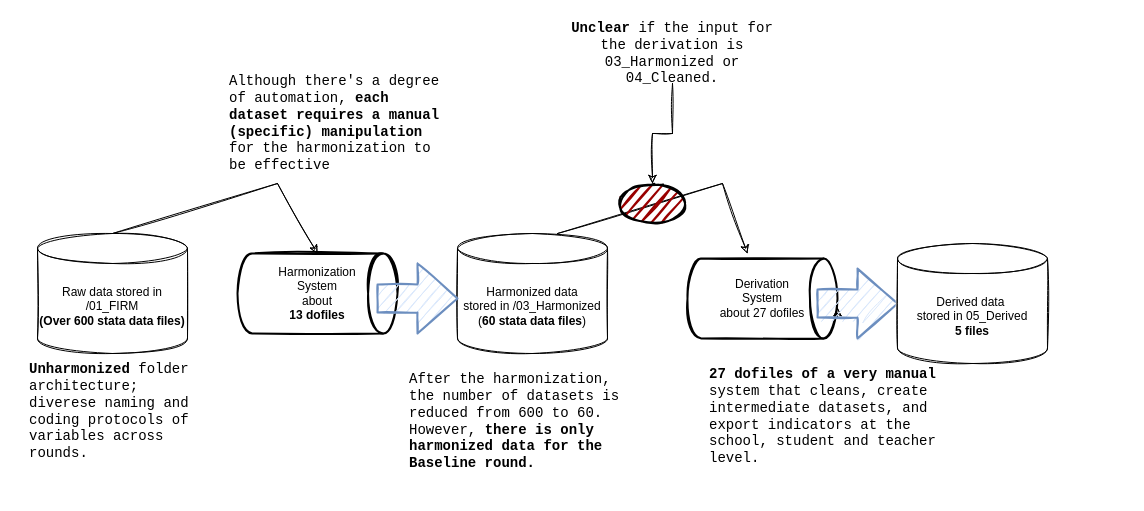
araupontones/MLS_concept keeps this draw.io diagram as report/Untitled Diagram.drawio. Above is the earlier version. Source tidied: cells renumbered, new cells numbered last; positions are measured from the earlier drawing's top-left corner, leaving out a move shared by most shapes. Both pictures are drawn from the tidied source at 100%, with x=0, y=0 at pixel (27, 23).
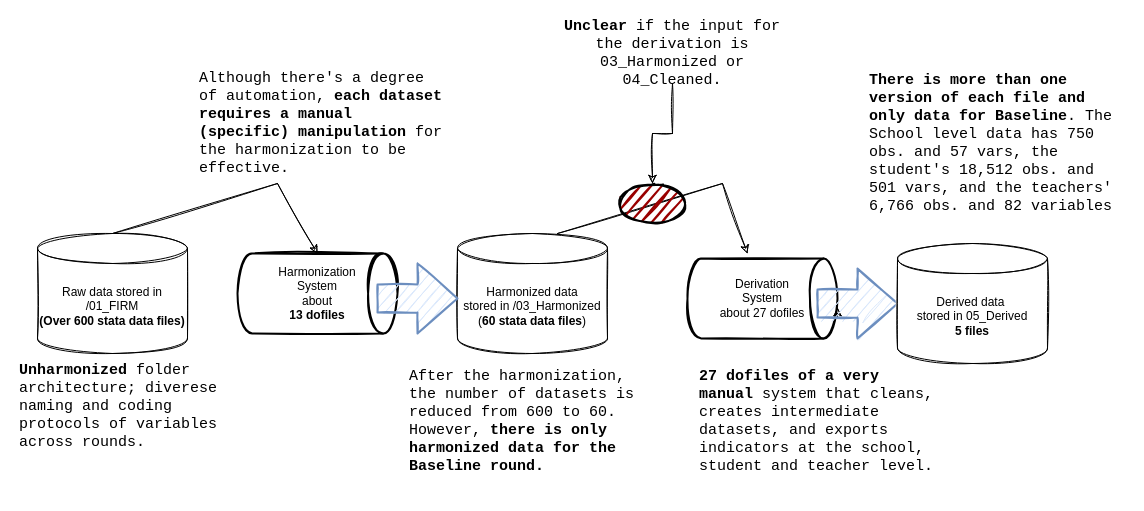
The same diagram, later.

The edit, as a diff of the source:
```diff
@@
-    <mxCell id="5" value="&lt;b&gt;Unharmonized&lt;/b&gt; folder architecture; diverese naming and coding protocols of variables across rounds." style="text;html=1;strokeColor=none;fillColor=none;align=left;verticalAlign=middle;whiteSpace=wrap;rounded=0;fontFamily=Courier New;fontSize=14;sketch=1;" parent="1" vertex="1">
-      <mxGeometry y="335" width="185" height="106" as="geometry" />
+    <mxCell id="5" value="&lt;font style=&quot;font-size: 15px&quot;&gt;&lt;b&gt;Unharmonized&lt;/b&gt; folder architecture; diverese naming and coding protocols of variables across rounds.&lt;/font&gt;" style="text;html=1;strokeColor=none;fillColor=none;align=left;verticalAlign=middle;whiteSpace=wrap;rounded=0;fontFamily=Courier New;fontSize=14;sketch=1;" parent="1" vertex="1">
+      <mxGeometry x="-10" y="330" width="210" height="106" as="geometry" />
     </mxCell>
@@
-    <mxCell id="8" value="Although there's a degree of automation, &lt;b&gt;each dataset requires a manual (specific) manipulation&lt;/b&gt; for the harmonization to be effective" style="text;html=1;strokeColor=none;fillColor=none;align=left;verticalAlign=middle;whiteSpace=wrap;rounded=0;fontFamily=Courier New;fontSize=14;sketch=1;" parent="1" vertex="1">
-      <mxGeometry x="200" y="40" width="220" height="120" as="geometry" />
+    <mxCell id="8" value="&lt;font style=&quot;font-size: 15px&quot;&gt;Although there's a degree of automation, &lt;b&gt;each dataset requires a manual (specific) manipulation&lt;/b&gt; for the harmonization to be effective.&lt;/font&gt;" style="text;html=1;strokeColor=none;fillColor=none;align=left;verticalAlign=middle;whiteSpace=wrap;rounded=0;fontFamily=Courier New;fontSize=14;sketch=1;" parent="1" vertex="1">
+      <mxGeometry x="170" y="40" width="250" height="120" as="geometry" />
     </mxCell>
-    <mxCell id="9" value="After the harmonization, the number of datasets is reduced from 600 to 60. However, &lt;b&gt;there is only harmonized data for the Baseline round.&lt;/b&gt;" style="text;html=1;strokeColor=none;fillColor=none;align=left;verticalAlign=middle;whiteSpace=wrap;rounded=0;fontFamily=Courier New;fontSize=14;sketch=1;" parent="1" vertex="1">
+    <mxCell id="9" value="&lt;font style=&quot;font-size: 15px&quot;&gt;After the harmonization, the number of datasets is reduced from 600 to 60. However, &lt;b&gt;there is only harmonized data for the Baseline round.&lt;/b&gt;&lt;/font&gt;" style="text;html=1;strokeColor=none;fillColor=none;align=left;verticalAlign=middle;whiteSpace=wrap;rounded=0;fontFamily=Courier New;fontSize=14;sketch=1;" parent="1" vertex="1">
       <mxGeometry x="380" y="330" width="230" height="136" as="geometry" />
     </mxCell>
@@
-    <mxCell id="16" value="&lt;b&gt;Unclear &lt;/b&gt;if the input for the derivation is 03_Harmonized or 04_Cleaned." style="text;html=1;strokeColor=none;fillColor=none;align=center;verticalAlign=middle;whiteSpace=wrap;rounded=0;fontFamily=Courier New;fontSize=14;sketch=1;" parent="1" vertex="1">
+    <mxCell id="16" value="&lt;font style=&quot;font-size: 15px&quot;&gt;&lt;b&gt;Unclear &lt;/b&gt;if the input for the derivation is 03_Harmonized or 04_Cleaned.&lt;/font&gt;" style="text;html=1;strokeColor=none;fillColor=none;align=center;verticalAlign=middle;whiteSpace=wrap;rounded=0;fontFamily=Courier New;fontSize=14;sketch=1;" parent="1" vertex="1">
       <mxGeometry x="530" width="230" height="60" as="geometry" />
     </mxCell>
@@
-    <mxCell id="18" value="&lt;b&gt;27&lt;/b&gt; &lt;b&gt;dofiles of a very manual&lt;/b&gt; system that cleans, create intermediate datasets, and export indicators at the school, student and teacher level." style="text;html=1;strokeColor=none;fillColor=none;align=left;verticalAlign=middle;whiteSpace=wrap;rounded=0;fontFamily=Courier New;fontSize=14;sketch=1;" parent="1" vertex="1">
-      <mxGeometry x="680" y="320" width="230" height="146" as="geometry" />
+    <mxCell id="18" value="&lt;font style=&quot;font-size: 15px&quot;&gt;&lt;b&gt;27&lt;/b&gt; &lt;b&gt;dofiles of a very manual&lt;/b&gt; system that cleans, creates intermediate datasets, and exports indicators at the school, student and teacher level.&lt;/font&gt;" style="text;html=1;strokeColor=none;fillColor=none;align=left;verticalAlign=middle;whiteSpace=wrap;rounded=0;fontFamily=Courier New;fontSize=14;sketch=1;" parent="1" vertex="1">
+      <mxGeometry x="670" y="325" width="240" height="146" as="geometry" />
     </mxCell>
+    <mxCell id="19" value="&lt;font style=&quot;font-size: 15px&quot;&gt;&lt;b&gt;There is more than one version of each file and only data for Baseline&lt;/b&gt;. The School level data has 750 obs. and 57 vars, the student's 18,512 obs. and 501 vars, and the teachers' 6,766 obs. and 82 variables&lt;/font&gt;" style="text;html=1;strokeColor=none;fillColor=none;align=left;verticalAlign=middle;whiteSpace=wrap;rounded=0;fontFamily=Courier New;fontSize=14;sketch=1;" parent="1" vertex="1">
+      <mxGeometry x="840" y="30" width="260" height="180" as="geometry" />
+    </mxCell>
```
